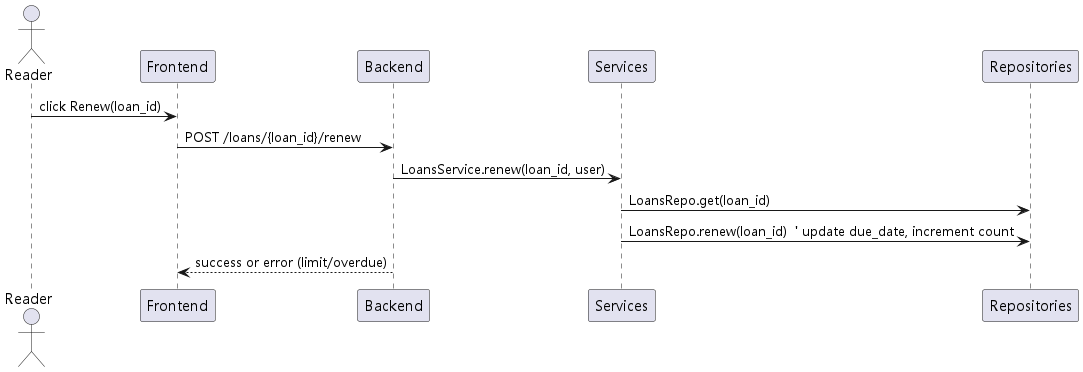
The PlantUML diagram docs/uml/exports/sequence_renew.png in Cznorth/library-borrowing-system-fastapi-vue3, before a commit.
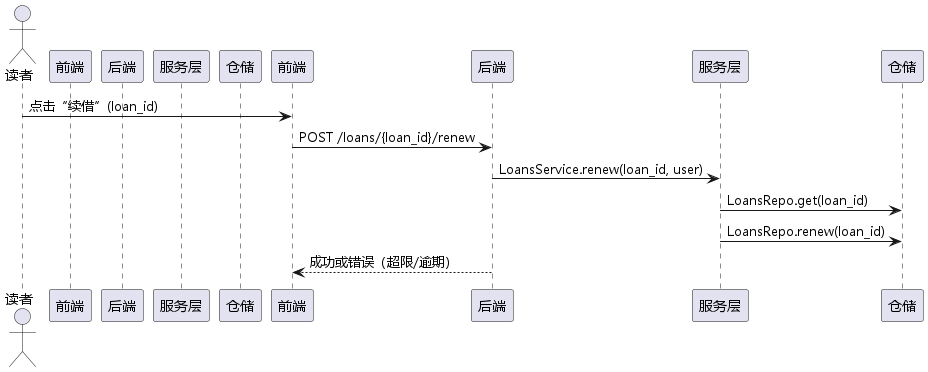
The same diagram one commit later.

Change to the diagram source:
```diff
@@ -1,10 +1,14 @@
 @startuml
 !include _skin.iuml
-actor Reader
-Reader -> Frontend: click Renew(loan_id)
-Frontend -> Backend: POST /loans/{loan_id}/renew
-Backend -> Services: LoansService.renew(loan_id, user)
-Services -> Repositories: LoansRepo.get(loan_id)
-Services -> Repositories: LoansRepo.renew(loan_id)  ' update due_date, increment count
-Backend --> Frontend: success or error (limit/overdue)
+actor 读者
+participant 前端 as Frontend
+participant 后端 as Backend
+participant 服务层 as Services
+participant 仓储 as Repositories
+读者 -> 前端: 点击“续借”(loan_id)
+前端 -> 后端: POST /loans/{loan_id}/renew
+后端 -> 服务层: LoansService.renew(loan_id, user)
+服务层 -> 仓储: LoansRepo.get(loan_id)
+服务层 -> 仓储: LoansRepo.renew(loan_id)
+后端 --> 前端: 成功或错误（超限/逾期）
 @enduml
```
